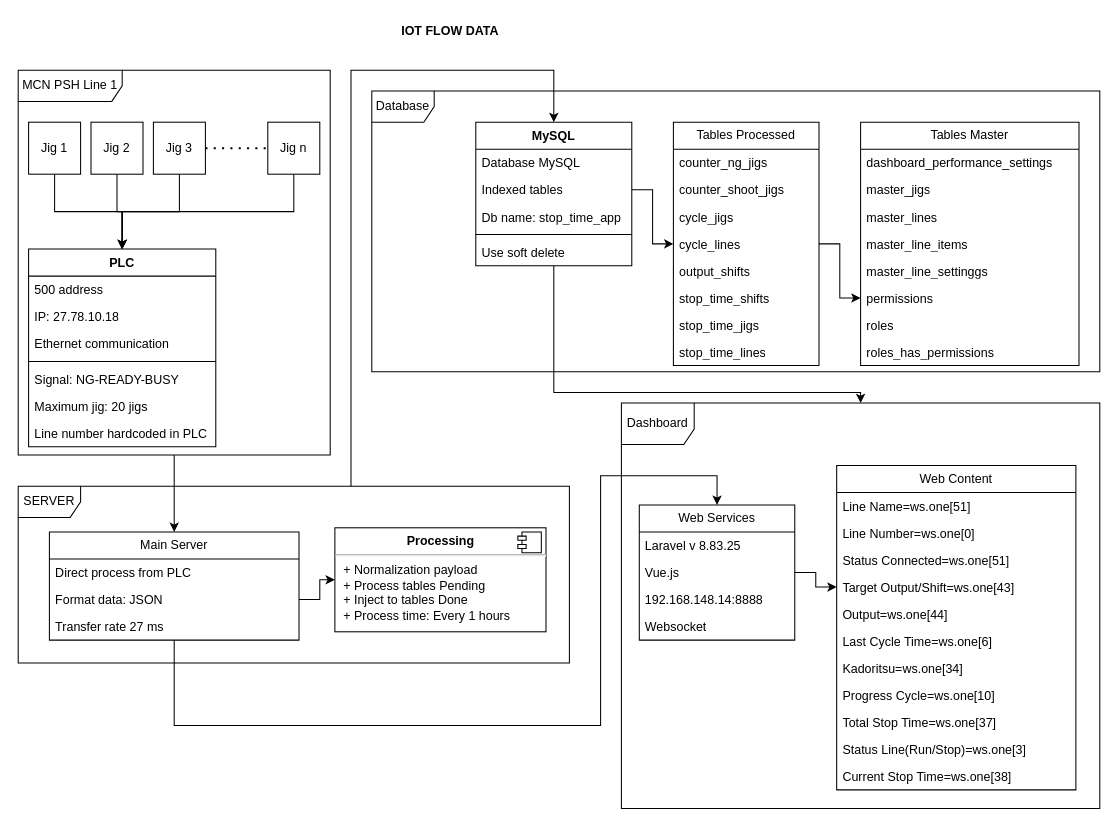
Earlier version of the draw.io diagram IOT Flow Data.drawio (arizmuajianisan/flowchart). Source tidied: cells renumbered, new cells numbered last; positions are measured from the earlier drawing's top-left corner, leaving out a move shared by most shapes. Both pictures are drawn from the tidied source at 104%, with x=0, y=0 at pixel (18, 18).
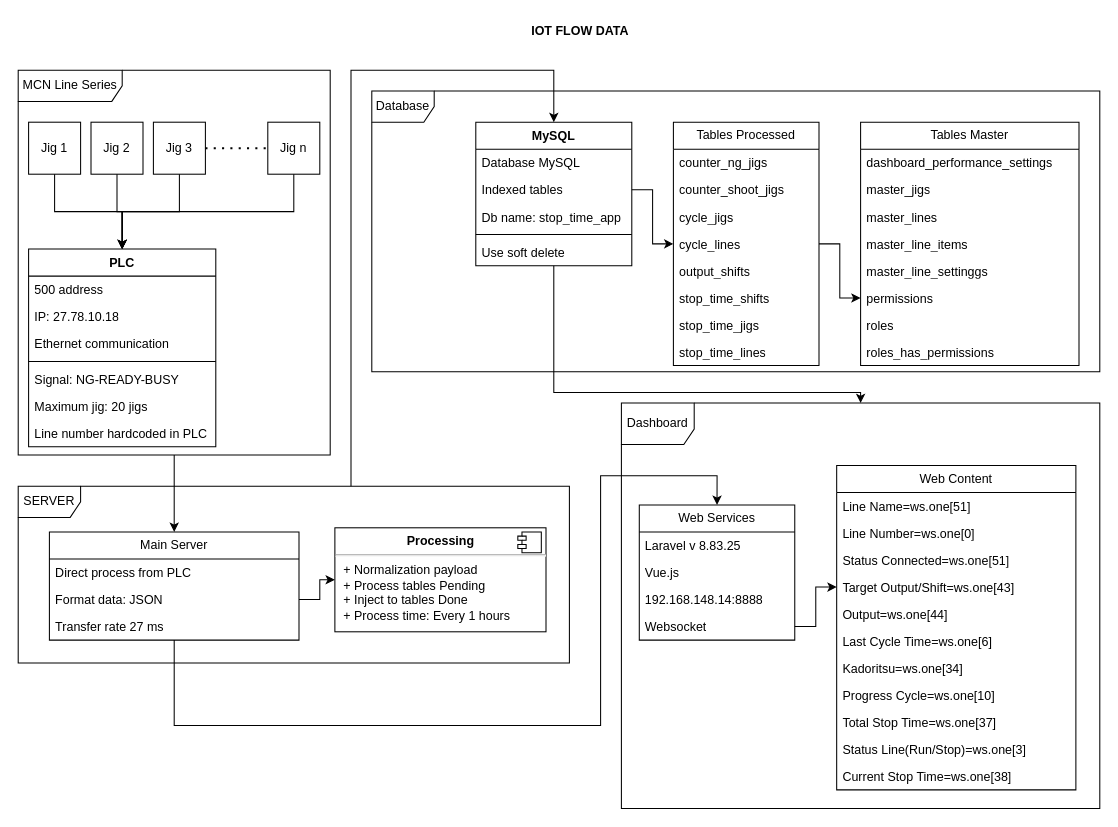
After the change.

The change refers to these unchanged cells:
```xml
<mxCell id="3" style="group;" parent="1" vertex="1">
  <mxGeometry x="580" y="370" width="460" height="390" as="geometry" />
</mxCell>
<mxCell id="5" value="Web Services" style="swimlane;fontStyle=0;horizontal=1;startSize=26;fillColor=none;whiteSpace=wrap;html=1;" parent="3" vertex="1">
  <mxGeometry x="17.2" y="98" width="149.5" height="130" as="geometry" />
</mxCell>
<mxCell id="9" value="Websocket" style="text;strokeColor=none;fillColor=none;align=left;verticalAlign=top;spacingLeft=4;spacingRight=4;overflow=hidden;points=[[0,0.5],[1,0.5]];portConstraint=eastwest;whiteSpace=wrap;html=1;" parent="5" vertex="1">
  <mxGeometry y="104" width="149.5" height="26" as="geometry" />
</mxCell>
<mxCell id="14" value="Target Output/Shift=ws.one[43]" style="text;strokeColor=none;fillColor=none;align=left;verticalAlign=top;spacingLeft=4;spacingRight=4;overflow=hidden;points=[[0,0.5],[1,0.5]];portConstraint=eastwest;whiteSpace=wrap;html=1;" parent="10" vertex="1">
  <mxGeometry y="104" width="230" height="26" as="geometry" />
</mxCell>
<mxCell id="54" style="group;" parent="1" vertex="1">
  <mxGeometry y="50" width="300" height="370" as="geometry" />
</mxCell>
```

Change to the diagram source:
```diff
@@
     <mxCell id="2" value="IOT FLOW DATA" style="text;align=center;fontStyle=1;verticalAlign=middle;spacingLeft=3;spacingRight=3;strokeColor=none;html=1;" parent="1" vertex="1">
-      <mxGeometry x="375" width="80" height="26" as="geometry" />
+      <mxGeometry x="500" width="80" height="26" as="geometry" />
     </mxCell>
@@
-    <mxCell id="22" style="edgeStyle=orthogonalEdgeStyle;rounded=0;jettySize=auto;html=1;" parent="3" edge="1" source="5" target="14">
+    <mxCell id="22" style="edgeStyle=orthogonalEdgeStyle;rounded=0;jettySize=auto;html=1;exitX=1;exitY=0.5;exitDx=0;exitDy=0;" parent="3" edge="1" source="9" target="14">
       <mxGeometry relative="1" as="geometry" />
     </mxCell>
@@
-    <mxCell id="56" value="MCN PSH Line 1" style="shape=umlFrame;whiteSpace=wrap;html=1;width=100;height=30;" parent="54" vertex="1">
+    <mxCell id="56" value="MCN Line Series" style="shape=umlFrame;whiteSpace=wrap;html=1;width=100;height=30;" parent="54" vertex="1">
       <mxGeometry width="300" height="370" as="geometry" />
     </mxCell>
```
